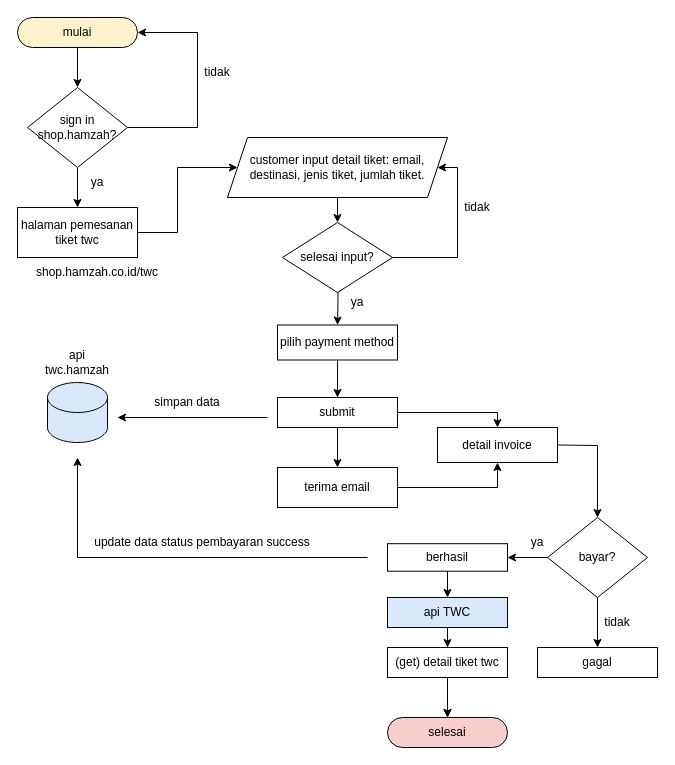
Before: Untitled Diagram.drawio in amiminn/Flow-Manage, a draw.io diagram. Source tidied: cells renumbered, new cells numbered last; positions are measured from the earlier drawing's top-left corner, leaving out a move shared by most shapes. Both pictures are drawn from the tidied source at 100%, with x=0, y=0 at pixel (17, 17).
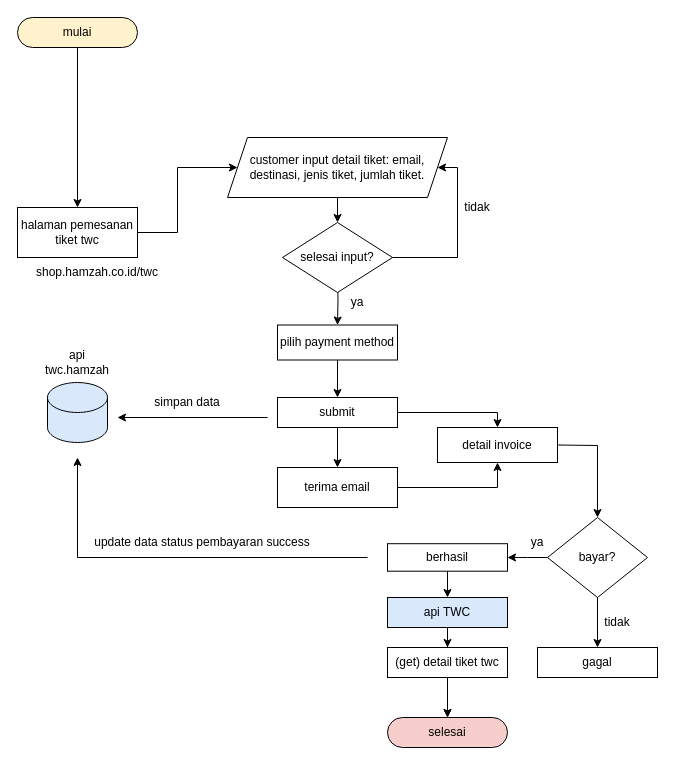
After the change.

Unchanged cells that the change refers to:
```xml
<mxCell id="2" value="mulai" style="rounded=1;whiteSpace=wrap;html=1;arcSize=50;fillColor=#fff2cc;strokeColor=#000000;" parent="1" vertex="1">
  <mxGeometry width="120" height="30" as="geometry" />
</mxCell>
<mxCell id="16" value="halaman pemesanan tiket twc" style="whiteSpace=wrap;html=1;" parent="1" vertex="1">
  <mxGeometry y="190" width="120" height="50" as="geometry" />
</mxCell>
```

What changed in the source:
```diff
@@
-    <mxCell id="4" style="edgeStyle=orthogonalEdgeStyle;rounded=0;jettySize=auto;html=1;" parent="1" edge="1" source="5" target="16">
-      <mxGeometry relative="1" as="geometry" />
-    </mxCell>
-    <mxCell id="5" value="sign in shop.hamzah?" style="rhombus;whiteSpace=wrap;html=1;" parent="1" vertex="1">
-      <mxGeometry x="10" y="70" width="100" height="80" as="geometry" />
-    </mxCell>
-    <mxCell id="6" style="endArrow=classic;html=1;rounded=0;exitX=0.5;exitY=1;exitDx=0;exitDy=0;" parent="1" edge="1" source="2" target="5">
+    <mxCell id="6" style="endArrow=classic;html=1;rounded=0;exitX=0.5;exitY=1;exitDx=0;exitDy=0;entryX=0.5;entryY=0;entryDx=0;entryDy=0;" parent="1" edge="1" source="2" target="16">
       <mxGeometry relative="1" as="geometry" />
     </mxCell>
-    <mxCell id="7" style="endArrow=classic;html=1;rounded=0;exitX=1;exitY=0.5;exitDx=0;exitDy=0;entryX=1;entryY=0.5;entryDx=0;entryDy=0;" parent="1" edge="1" source="5" target="2">
-      <mxGeometry relative="1" as="geometry">
-        <Array as="points">
-          <mxPoint x="180" y="110" />
-          <mxPoint x="180" y="15" />
-        </Array>
-      </mxGeometry>
-    </mxCell>
@@
-    <mxCell id="38" value="ya" style="text;html=1;strokeColor=none;fillColor=none;align=center;verticalAlign=middle;whiteSpace=wrap;rounded=0;" parent="1" vertex="1">
-      <mxGeometry x="50" y="150" width="60" height="30" as="geometry" />
-    </mxCell>
-    <mxCell id="39" value="tidak" style="text;html=1;strokeColor=none;fillColor=none;align=center;verticalAlign=middle;whiteSpace=wrap;rounded=0;" parent="1" vertex="1">
-      <mxGeometry x="170" y="40" width="60" height="30" as="geometry" />
-    </mxCell>
```
